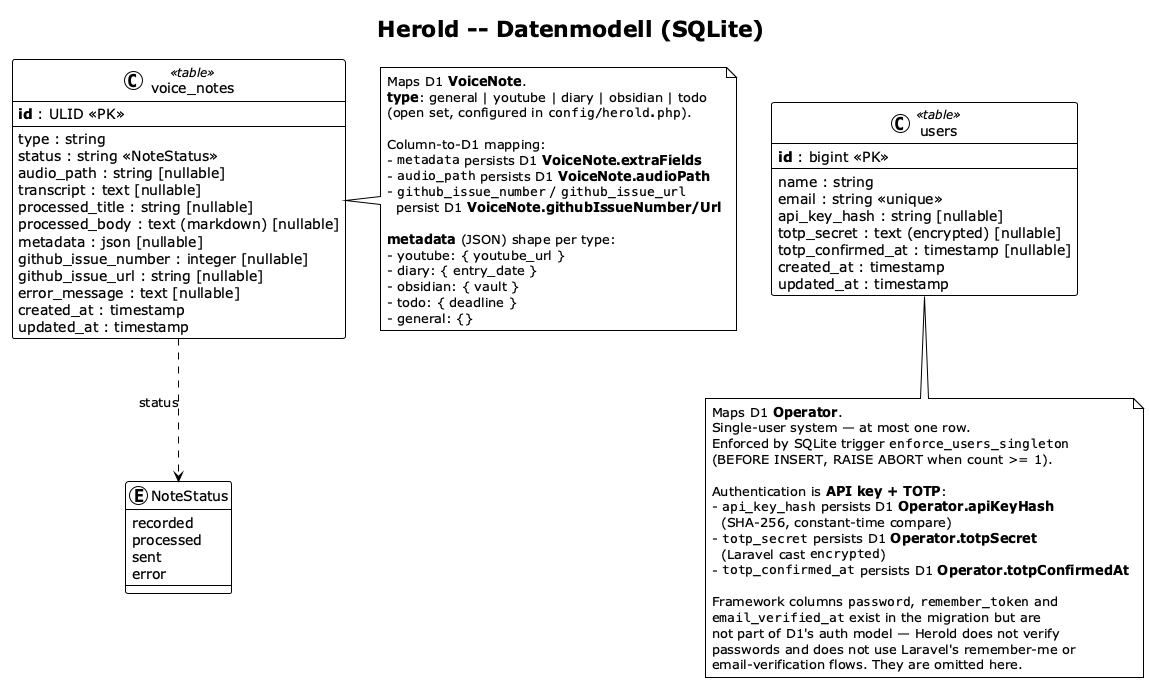
Before: docs/arch/diagrams-png/relational-datamodel.png, a diagram exported from PlantUML (carstenlucke/herold). The source it was exported from:
```plantuml
@startuml relational-datamodel
!theme plain
skinparam linetype ortho
skinparam classAttributeIconSize 0

title Herold -- Datenmodell (SQLite)


enum NoteStatus {
  recorded
  processed
  sent
  error
}

class voice_notes <<table>> {
  **id** : ULID <<PK>>
  --
  type : string
  status : string <<NoteStatus>>
  audio_path : string [nullable]
  transcript : text [nullable]
  processed_title : string [nullable]
  processed_body : text (markdown) [nullable]
  metadata : json [nullable]
  github_issue_number : integer [nullable]
  github_issue_url : string [nullable]
  error_message : text [nullable]
  created_at : timestamp
  updated_at : timestamp
}

class users <<table>> {
  **id** : bigint <<PK>>
  --
  name : string
  email : string <<unique>>
  api_key_hash : string [nullable]
  totp_secret : text (encrypted) [nullable]
  totp_confirmed_at : timestamp [nullable]
  created_at : timestamp
  updated_at : timestamp
}


voice_notes ..> NoteStatus : status

note right of voice_notes
  Maps D1 **VoiceNote**.
  **type**: general | youtube | diary | obsidian | todo
  (open set, configured in ""config/herold.php"").

  Column-to-D1 mapping:
  - ""metadata"" persists D1 **VoiceNote.extraFields**
  - ""audio_path"" persists D1 **VoiceNote.audioPath**
  - ""github_issue_number"" / ""github_issue_url""
    persist D1 **VoiceNote.githubIssueNumber/Url**

  **metadata** (JSON) shape per type:
  - youtube: { youtube_url }
  - diary: { entry_date }
  - obsidian: { vault }
  - todo: { deadline }
  - general: {}
end note

note bottom of users
  Maps D1 **Operator**.
  Single-user system — at most one row.
  Enforced by SQLite trigger ""enforce_users_singleton""
  (BEFORE INSERT, RAISE ABORT when count >= 1).

  Authentication is **API key + TOTP**:
  - ""api_key_hash"" persists D1 **Operator.apiKeyHash**
    (SHA-256, constant-time compare)
  - ""totp_secret"" persists D1 **Operator.totpSecret**
    (Laravel cast ""encrypted"")
  - ""totp_confirmed_at"" persists D1 **Operator.totpConfirmedAt**

  Framework columns ""password"", ""remember_token"" and
  ""email_verified_at"" exist in the migration but are
  not part of D1's auth model — Herold does not verify
  passwords and does not use Laravel's remember-me or
  email-verification flows. They are omitted here.
end note

@enduml
```
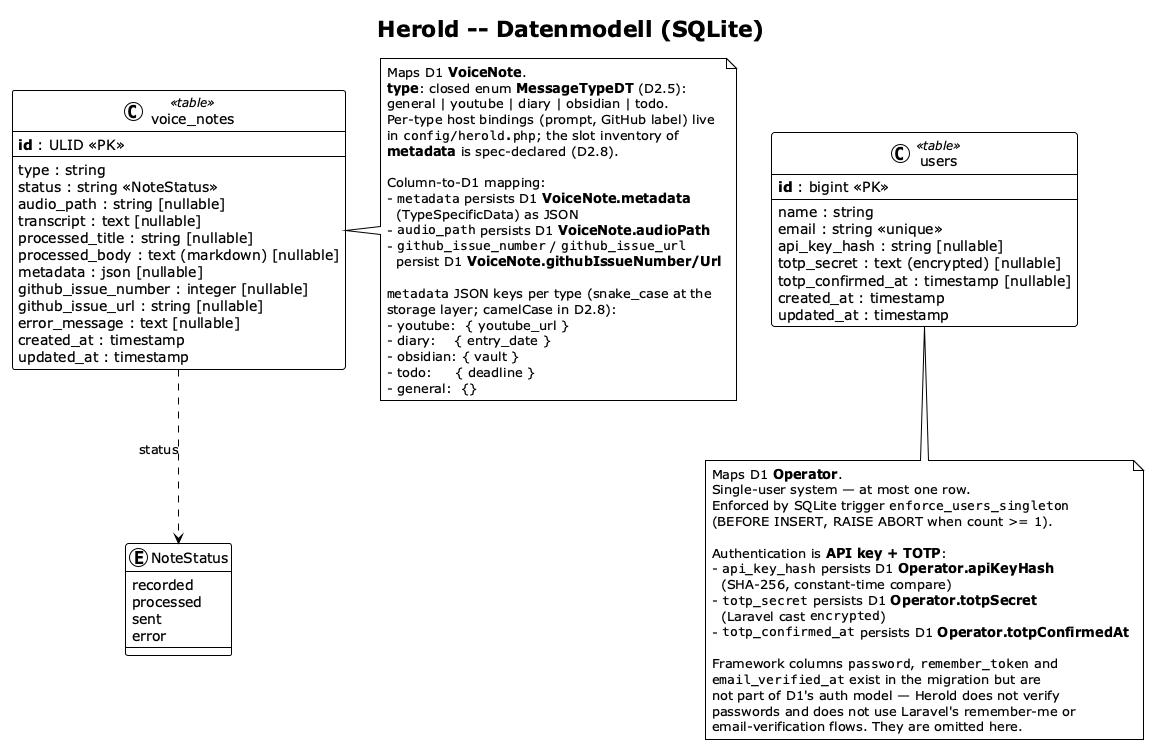
Later version of the same file.

Commit message:
docs(spec): rename extraFields to metadata, fix slot inventory in D2.8

What changed in the source:
```diff
@@ -47,21 +47,26 @@
 
 note right of voice_notes
   Maps D1 **VoiceNote**.
-  **type**: general | youtube | diary | obsidian | todo
-  (open set, configured in ""config/herold.php"").
+  **type**: closed enum **MessageTypeDT** (D2.5):
+  general | youtube | diary | obsidian | todo.
+  Per-type host bindings (prompt, GitHub label) live
+  in ""config/herold.php""; the slot inventory of
+  **metadata** is spec-declared (D2.8).
 
   Column-to-D1 mapping:
-  - ""metadata"" persists D1 **VoiceNote.extraFields**
+  - ""metadata"" persists D1 **VoiceNote.metadata**
+    (TypeSpecificData) as JSON
   - ""audio_path"" persists D1 **VoiceNote.audioPath**
   - ""github_issue_number"" / ""github_issue_url""
     persist D1 **VoiceNote.githubIssueNumber/Url**
 
-  **metadata** (JSON) shape per type:
-  - youtube: { youtube_url }
-  - diary: { entry_date }
+  ""metadata"" JSON keys per type (snake_case at the
+  storage layer; camelCase in D2.8):
+  - youtube:  { youtube_url }
+  - diary:    { entry_date }
   - obsidian: { vault }
-  - todo: { deadline }
-  - general: {}
+  - todo:     { deadline }
+  - general:  {}
 end note
 
 note bottom of users
```
